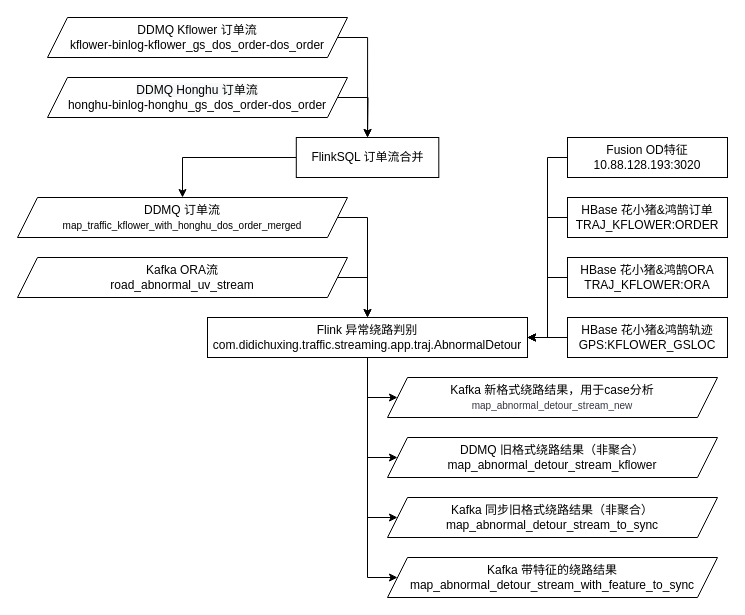
Above: 未命名绘图.drawio in MaverickZwt/hangzhou_house_knowledge (draw.io), before the change. Source tidied: cells renumbered, new cells numbered last; positions are measured from the earlier drawing's top-left corner, leaving out a move shared by most shapes. Both pictures are drawn from the tidied source at 100%, with x=0, y=0 at pixel (17, 17).
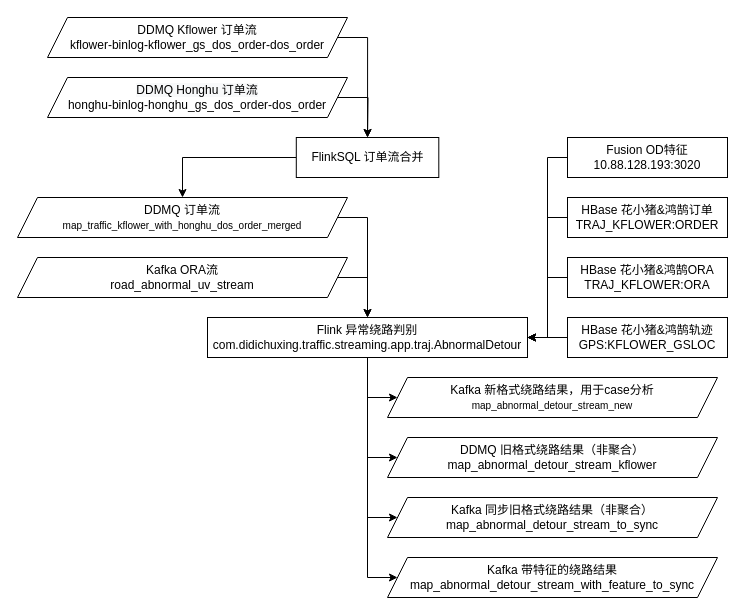
Above is the later version.

Commit message:
更新未命名绘图.drawio

Diff of the diagram source:
```diff
@@
-    <mxCell id="11" value="&lt;font style=&quot;&quot;&gt;Kafka 新格式绕路结果，用于case分析&lt;br&gt;&lt;span style=&quot;color: rgb(50, 54, 64); font-size: 10px; text-align: start;&quot;&gt;map_abnormal_detour_stream_new&lt;/span&gt;&lt;br&gt;&lt;/font&gt;" style="shape=parallelogram;perimeter=parallelogramPerimeter;whiteSpace=wrap;html=1;fixedSize=1;" parent="1" vertex="1">
+    <mxCell id="11" value="&lt;font style=&quot;&quot;&gt;Kafka 新格式绕路结果，用于case分析&lt;br&gt;&lt;span style=&quot;font-size: 10px; text-align: start;&quot;&gt;map_abnormal_detour_stream_new&lt;/span&gt;&lt;br&gt;&lt;/font&gt;" style="shape=parallelogram;perimeter=parallelogramPerimeter;whiteSpace=wrap;html=1;fixedSize=1;" parent="1" vertex="1">
       <mxGeometry x="370" y="360" width="330" height="40" as="geometry" />
     </mxCell>
```
